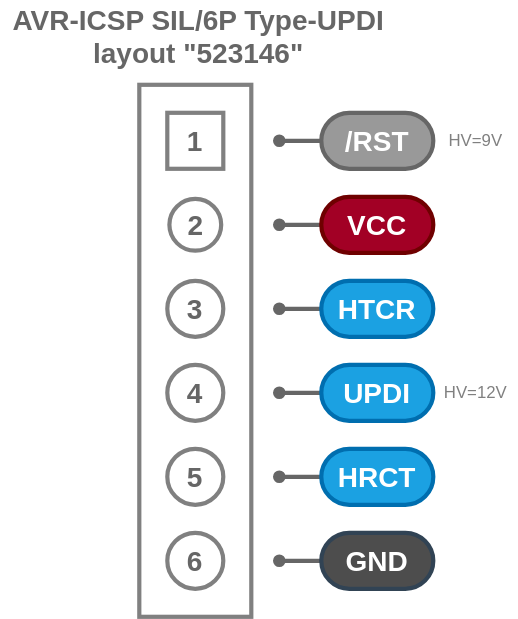
Above: svg/AVR-ICSP-S6P-UPDI-523146.drawio.svg in askn37/askn37.github.io (draw.io), before the change. Source tidied: cells renumbered, new cells last; positions are measured from the earlier drawing's top-left corner, leaving out a move shared by most shapes.
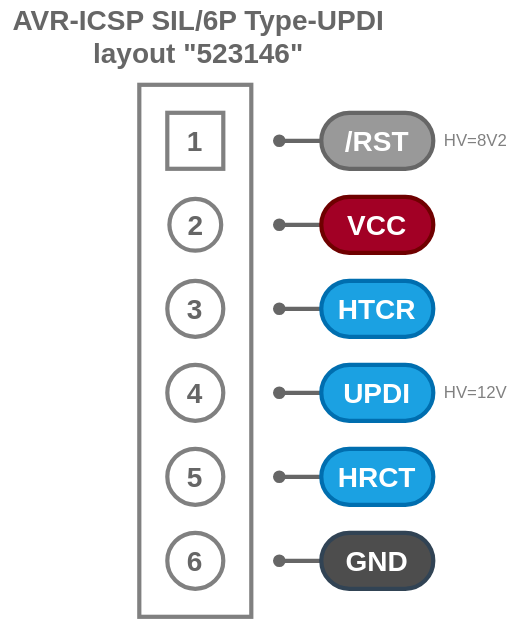
Later version of the same file.

What changed in the source:
```diff
@@ -44,8 +44,8 @@
     <mxCell id="12" value="AVR-ICSP SIL/6P Type-UPDI&lt;br&gt;layout &quot;523146&quot;" style="text;html=1;align=center;verticalAlign=middle;strokeColor=none;fillColor=none;fontSize=20;fontColor=#666666;fontStyle=1;" parent="1" vertex="1">
       <mxGeometry x="-0.5" width="280" height="50" as="geometry" />
     </mxCell>
-    <mxCell id="13" value="HV=9V" style="text;html=1;align=center;verticalAlign=middle;strokeColor=none;fillColor=none;fontColor=#808080;" parent="1" vertex="1">
-      <mxGeometry x="313" y="90" width="50" height="20" as="geometry" />
+    <mxCell id="13" value="HV=8V2" style="text;html=1;align=center;verticalAlign=middle;strokeColor=none;fillColor=none;fontColor=#808080;" parent="1" vertex="1">
+      <mxGeometry x="303" y="85" width="70" height="30" as="geometry" />
     </mxCell>
     <mxCell id="14" value="/RST" style="rounded=1;whiteSpace=wrap;html=1;fontSize=20;strokeWidth=3;fontStyle=1;fillColor=#999999;strokeColor=#666666;fontColor=#ffffff;arcSize=50;" parent="1" vertex="1">
       <mxGeometry x="228" y="80" width="80" height="40" as="geometry" />
```
